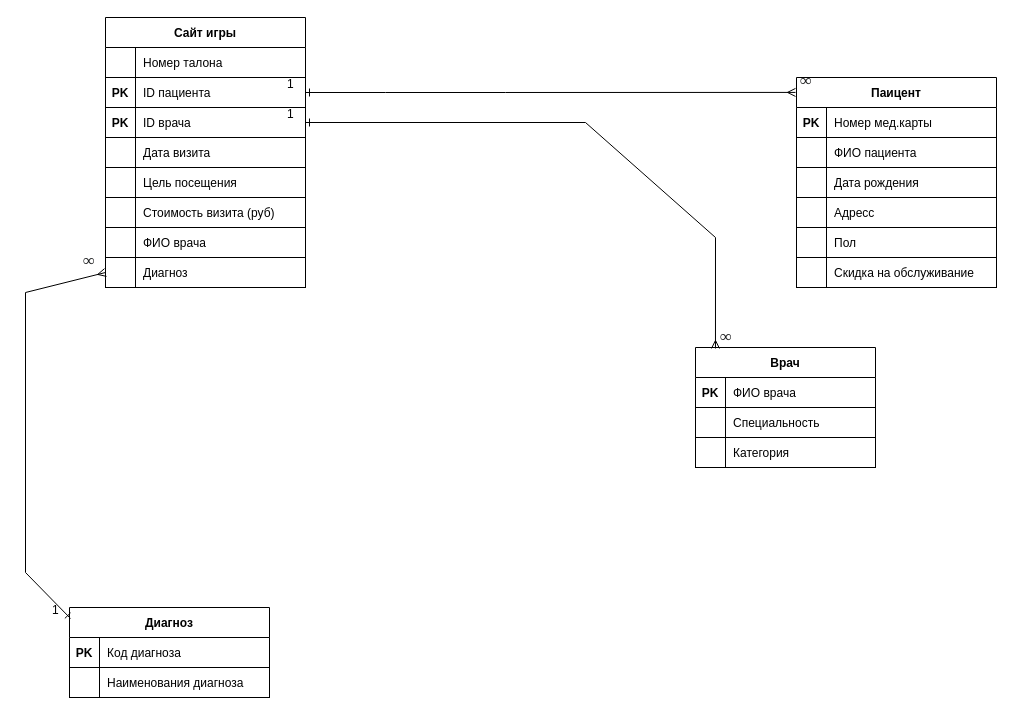
Koloda2/ER-diagrams keeps this draw.io diagram as ER пользовательская.drawio. Above is the earlier version. Source tidied: cells renumbered, new cells numbered last; positions are measured from the earlier drawing's top-left corner, leaving out a move shared by most shapes. Both pictures are drawn from the tidied source at 100%, with x=0, y=0 at pixel (25, 17).
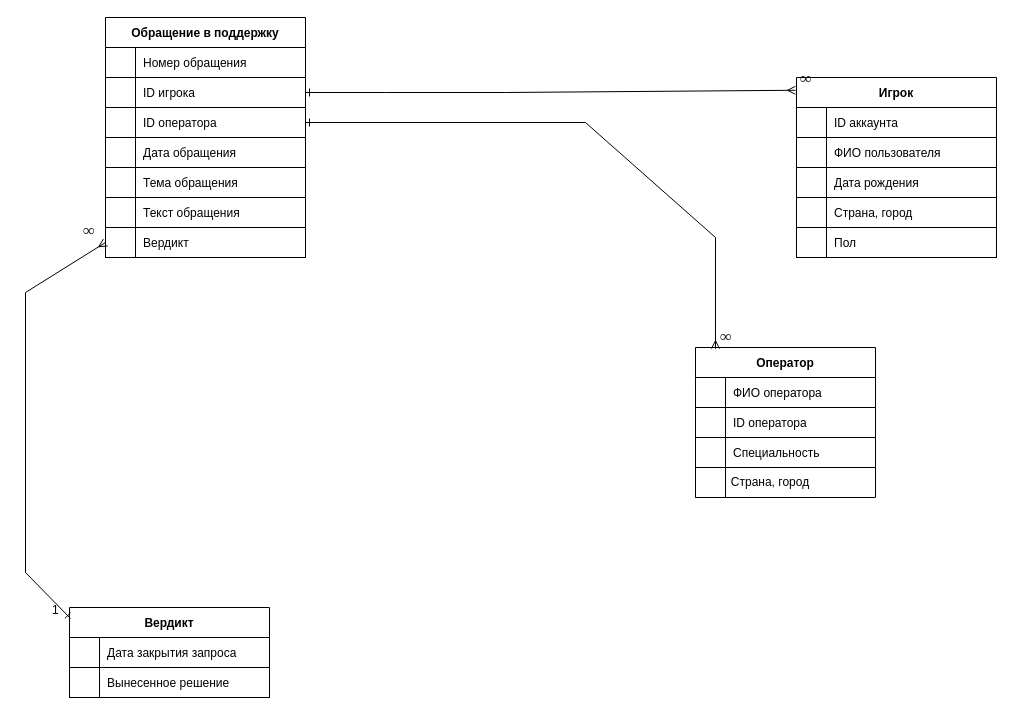
Above is the later version.

The change refers to these unchanged cells:
```xml
<mxCell id="3" style="shape=tableRow;horizontal=0;startSize=0;swimlaneHead=0;swimlaneBody=0;fillColor=none;top=0;left=0;right=0;bottom=1;" parent="2" vertex="1">
  <mxGeometry y="30" width="180" height="30" as="geometry" />
</mxCell>
<mxCell id="6" style="shape=tableRow;horizontal=0;startSize=0;swimlaneHead=0;swimlaneBody=0;fillColor=none;top=0;left=0;right=0;bottom=1;" parent="2" vertex="1">
  <mxGeometry y="60" width="180" height="30" as="geometry" />
</mxCell>
<mxCell id="9" style="shape=tableRow;horizontal=0;startSize=0;swimlaneHead=0;swimlaneBody=0;fillColor=none;top=0;left=0;right=0;bottom=1;" parent="2" vertex="1">
  <mxGeometry y="90" width="180" height="30" as="geometry" />
</mxCell>
<mxCell id="13" style="shape=tableRow;horizontal=0;startSize=0;swimlaneHead=0;swimlaneBody=0;fillColor=none;top=0;left=0;right=0;bottom=1;" parent="12" vertex="1">
  <mxGeometry y="30" width="200" height="30" as="geometry" />
</mxCell>
<mxCell id="16" style="shape=tableRow;horizontal=0;startSize=0;swimlaneHead=0;swimlaneBody=0;fillColor=none;top=0;left=0;right=0;bottom=1;" parent="12" vertex="1">
  <mxGeometry y="60" width="200" height="30" as="geometry" />
</mxCell>
<mxCell id="22" style="shape=tableRow;horizontal=0;startSize=0;swimlaneHead=0;swimlaneBody=0;fillColor=none;top=0;left=0;right=0;bottom=1;" parent="12" vertex="1">
  <mxGeometry y="120" width="200" height="30" as="geometry" />
</mxCell>
<mxCell id="32" style="shape=tableRow;horizontal=0;startSize=0;swimlaneHead=0;swimlaneBody=0;fillColor=none;top=0;left=0;right=0;bottom=1;" parent="31" vertex="1">
  <mxGeometry y="30" width="200" height="30" as="geometry" />
</mxCell>
<mxCell id="35" style="shape=tableRow;horizontal=0;startSize=0;swimlaneHead=0;swimlaneBody=0;fillColor=none;points=[[0,0.5],[1,0.5]];portConstraint=eastwest;top=0;left=0;right=0;bottom=1;" parent="31" vertex="1">
  <mxGeometry y="60" width="200" height="30" as="geometry" />
</mxCell>
<mxCell id="38" style="shape=tableRow;horizontal=0;startSize=0;swimlaneHead=0;swimlaneBody=0;fillColor=none;points=[[0,0.5],[1,0.5]];portConstraint=eastwest;top=0;left=0;right=0;bottom=1;" parent="31" vertex="1">
  <mxGeometry y="90" width="200" height="30" as="geometry" />
</mxCell>
<mxCell id="41" style="shape=tableRow;horizontal=0;startSize=0;swimlaneHead=0;swimlaneBody=0;fillColor=none;top=0;left=0;right=0;bottom=1;" parent="31" vertex="1">
  <mxGeometry y="120" width="200" height="30" as="geometry" />
</mxCell>
<mxCell id="44" style="shape=tableRow;horizontal=0;startSize=0;swimlaneHead=0;swimlaneBody=0;fillColor=none;top=0;left=0;right=0;bottom=1;" parent="31" vertex="1">
  <mxGeometry y="150" width="200" height="30" as="geometry" />
</mxCell>
<mxCell id="47" style="shape=tableRow;horizontal=0;startSize=0;swimlaneHead=0;swimlaneBody=0;fillColor=none;top=0;left=0;right=0;bottom=1;" parent="31" vertex="1">
  <mxGeometry y="180" width="200" height="30" as="geometry" />
</mxCell>
<mxCell id="57" style="shape=tableRow;horizontal=0;startSize=0;swimlaneHead=0;swimlaneBody=0;fillColor=none;top=0;left=0;right=0;bottom=1;" parent="56" vertex="1">
  <mxGeometry y="30" width="200" height="30" as="geometry" />
</mxCell>
<mxCell id="60" style="shape=tableRow;horizontal=0;startSize=0;swimlaneHead=0;swimlaneBody=0;fillColor=none;top=0;left=0;right=0;bottom=1;" parent="56" vertex="1">
  <mxGeometry y="60" width="200" height="30" as="geometry" />
</mxCell>
<mxCell id="63" style="endArrow=ERmany;html=1;rounded=0;startArrow=ERone;startFill=0;endFill=0;exitX=1;exitY=0.5;exitDx=0;exitDy=0;entryX=-0.005;entryY=0.071;entryDx=0;entryDy=0;entryPerimeter=0;" parent="1" edge="1" source="35" target="12">
  <mxGeometry relative="1" as="geometry">
    <Array as="points">
      <mxPoint x="360" y="75" />
      <mxPoint x="480" y="75" />
    </Array>
  </mxGeometry>
</mxCell>
<mxCell id="66" style="endArrow=ERmany;html=1;rounded=0;startArrow=ERone;startFill=0;endFill=0;exitX=1;exitY=0.5;exitDx=0;exitDy=0;entryX=0.111;entryY=0.008;entryDx=0;entryDy=0;entryPerimeter=0;" parent="1" edge="1" source="38" target="2">
  <mxGeometry relative="1" as="geometry">
    <Array as="points">
      <mxPoint x="560" y="105" />
      <mxPoint x="690" y="220" />
    </Array>
  </mxGeometry>
</mxCell>
```

The edit, as a diff of the source:
```diff
@@
-    <mxCell id="2" value="Врач" style="shape=table;startSize=30;childLayout=tableLayout;rowLines=0;fontStyle=1;align=center;" parent="1" vertex="1">
-      <mxGeometry x="670" y="330" width="180" height="120" as="geometry" />
+    <mxCell id="2" value="Оператор" style="shape=table;startSize=30;childLayout=tableLayout;rowLines=0;fontStyle=1;align=center;" parent="1" vertex="1">
+      <mxGeometry x="670" y="330" width="180" height="150" as="geometry" />
     </mxCell>
@@
-    <mxCell id="4" value="PK" style="shape=partialRectangle;fillColor=none;top=0;left=0;bottom=0;right=0;fontStyle=1;overflow=hidden;" parent="3" vertex="1">
+    <mxCell id="4" style="shape=partialRectangle;fillColor=none;top=0;left=0;bottom=0;right=0;fontStyle=1;overflow=hidden;" parent="3" vertex="1">
       <mxGeometry width="30" height="30" as="geometry" />
     </mxCell>
-    <mxCell id="5" value="ФИО врача" style="shape=partialRectangle;fillColor=none;top=0;left=0;bottom=0;right=0;align=left;spacingLeft=6;fontStyle=0;overflow=hidden;" parent="3" vertex="1">
+    <mxCell id="5" value="ФИО оператора" style="shape=partialRectangle;fillColor=none;top=0;left=0;bottom=0;right=0;align=left;spacingLeft=6;fontStyle=0;overflow=hidden;" parent="3" vertex="1">
       <mxGeometry x="30" width="150" height="30" as="geometry" />
     </mxCell>
@@
-    <mxCell id="8" value="Специальность" style="shape=partialRectangle;fillColor=none;top=0;left=0;bottom=0;right=0;align=left;spacingLeft=6;fontStyle=0;overflow=hidden;" parent="6" vertex="1">
+    <mxCell id="8" value="ID оператора" style="shape=partialRectangle;fillColor=none;top=0;left=0;bottom=0;right=0;align=left;spacingLeft=6;fontStyle=0;overflow=hidden;" parent="6" vertex="1">
       <mxGeometry x="30" width="150" height="30" as="geometry" />
     </mxCell>
@@
-    <mxCell id="11" value="Категория" style="shape=partialRectangle;fillColor=none;top=0;left=0;bottom=0;right=0;align=left;spacingLeft=6;fontStyle=0;overflow=hidden;" parent="9" vertex="1">
+    <mxCell id="11" value="Специальность" style="shape=partialRectangle;fillColor=none;top=0;left=0;bottom=0;right=0;align=left;spacingLeft=6;fontStyle=0;overflow=hidden;" parent="9" vertex="1">
       <mxGeometry x="30" width="150" height="30" as="geometry" />
     </mxCell>
-    <mxCell id="12" value="Паицент" style="shape=table;startSize=30;childLayout=tableLayout;rowLines=0;fontStyle=1;align=center;" parent="1" vertex="1">
-      <mxGeometry x="771" y="60" width="200" height="210" as="geometry" />
+    <mxCell id="12" value="Игрок" style="shape=table;startSize=30;childLayout=tableLayout;rowLines=0;fontStyle=1;align=center;" parent="1" vertex="1">
+      <mxGeometry x="771" y="60" width="200" height="180" as="geometry" />
     </mxCell>
@@
-    <mxCell id="14" value="PK" style="shape=partialRectangle;fillColor=none;top=0;left=0;bottom=0;right=0;fontStyle=1;overflow=hidden;" parent="13" vertex="1">
+    <mxCell id="14" style="shape=partialRectangle;fillColor=none;top=0;left=0;bottom=0;right=0;fontStyle=1;overflow=hidden;" parent="13" vertex="1">
       <mxGeometry width="30" height="30" as="geometry" />
     </mxCell>
-    <mxCell id="15" value="Номер мед.карты" style="shape=partialRectangle;fillColor=none;top=0;left=0;bottom=0;right=0;align=left;spacingLeft=6;fontStyle=0;overflow=hidden;" parent="13" vertex="1">
+    <mxCell id="15" value="ID аккаунта" style="shape=partialRectangle;fillColor=none;top=0;left=0;bottom=0;right=0;align=left;spacingLeft=6;fontStyle=0;overflow=hidden;" parent="13" vertex="1">
       <mxGeometry x="30" width="170" height="30" as="geometry" />
     </mxCell>
@@
-    <mxCell id="18" value="ФИО пациента" style="shape=partialRectangle;fillColor=none;top=0;left=0;bottom=0;right=0;align=left;spacingLeft=6;fontStyle=0;overflow=hidden;" parent="16" vertex="1">
+    <mxCell id="18" value="ФИО пользователя" style="shape=partialRectangle;fillColor=none;top=0;left=0;bottom=0;right=0;align=left;spacingLeft=6;fontStyle=0;overflow=hidden;" parent="16" vertex="1">
       <mxGeometry x="30" width="170" height="30" as="geometry" />
     </mxCell>
@@
-    <mxCell id="24" value="Адресс" style="shape=partialRectangle;fillColor=none;top=0;left=0;bottom=0;right=0;align=left;spacingLeft=6;fontStyle=0;overflow=hidden;" parent="22" vertex="1">
+    <mxCell id="24" value="Страна, город" style="shape=partialRectangle;fillColor=none;top=0;left=0;bottom=0;right=0;align=left;spacingLeft=6;fontStyle=0;overflow=hidden;" parent="22" vertex="1">
       <mxGeometry x="30" width="170" height="30" as="geometry" />
     </mxCell>
@@
-    <mxCell id="28" style="shape=tableRow;horizontal=0;startSize=0;swimlaneHead=0;swimlaneBody=0;fillColor=none;top=0;left=0;right=0;bottom=1;" parent="12" vertex="1">
-      <mxGeometry y="180" width="200" height="30" as="geometry" />
-    </mxCell>
-    <mxCell id="29" style="shape=partialRectangle;fillColor=none;top=0;left=0;bottom=0;right=0;fontStyle=1;overflow=hidden;" parent="28" vertex="1">
-      <mxGeometry width="30" height="30" as="geometry" />
-    </mxCell>
-    <mxCell id="30" value="Скидка на обслуживание" style="shape=partialRectangle;fillColor=none;top=0;left=0;bottom=0;right=0;align=left;spacingLeft=6;fontStyle=0;overflow=hidden;" parent="28" vertex="1">
-      <mxGeometry x="30" width="170" height="30" as="geometry" />
-    </mxCell>
-    <mxCell id="31" value="Сайт игры" style="shape=table;startSize=30;childLayout=tableLayout;rowLines=0;fontStyle=1;align=center;" parent="1" vertex="1">
-      <mxGeometry x="80" width="200" height="270" as="geometry" />
+    <mxCell id="31" value="Обращение в поддержку" style="shape=table;startSize=30;childLayout=tableLayout;rowLines=0;fontStyle=1;align=center;" parent="1" vertex="1">
+      <mxGeometry x="80" width="200" height="240" as="geometry" />
     </mxCell>
@@
-    <mxCell id="34" value="Номер талона" style="shape=partialRectangle;fillColor=none;top=0;left=0;bottom=0;right=0;align=left;spacingLeft=6;fontStyle=0;overflow=hidden;" parent="32" vertex="1">
+    <mxCell id="34" value="Номер обращения" style="shape=partialRectangle;fillColor=none;top=0;left=0;bottom=0;right=0;align=left;spacingLeft=6;fontStyle=0;overflow=hidden;" parent="32" vertex="1">
       <mxGeometry x="30" width="170" height="30" as="geometry" />
     </mxCell>
@@
-    <mxCell id="36" value="PK" style="shape=partialRectangle;fillColor=none;top=0;left=0;bottom=0;right=0;fontStyle=1;overflow=hidden;" parent="35" vertex="1">
+    <mxCell id="36" style="shape=partialRectangle;fillColor=none;top=0;left=0;bottom=0;right=0;fontStyle=1;overflow=hidden;" parent="35" vertex="1">
       <mxGeometry width="30" height="30" as="geometry" />
     </mxCell>
-    <mxCell id="37" value="ID пациента" style="shape=partialRectangle;fillColor=none;top=0;left=0;bottom=0;right=0;align=left;spacingLeft=6;fontStyle=0;overflow=hidden;" parent="35" vertex="1">
+    <mxCell id="37" value="ID игрока" style="shape=partialRectangle;fillColor=none;top=0;left=0;bottom=0;right=0;align=left;spacingLeft=6;fontStyle=0;overflow=hidden;" parent="35" vertex="1">
       <mxGeometry x="30" width="170" height="30" as="geometry" />
     </mxCell>
@@
-    <mxCell id="39" value="PK" style="shape=partialRectangle;fillColor=none;top=0;left=0;bottom=0;right=0;fontStyle=1;overflow=hidden;" parent="38" vertex="1">
+    <mxCell id="39" style="shape=partialRectangle;fillColor=none;top=0;left=0;bottom=0;right=0;fontStyle=1;overflow=hidden;" parent="38" vertex="1">
       <mxGeometry width="30" height="30" as="geometry" />
     </mxCell>
-    <mxCell id="40" value="ID врача" style="shape=partialRectangle;fillColor=none;top=0;left=0;bottom=0;right=0;align=left;spacingLeft=6;fontStyle=0;overflow=hidden;" parent="38" vertex="1">
+    <mxCell id="40" value="ID оператора" style="shape=partialRectangle;fillColor=none;top=0;left=0;bottom=0;right=0;align=left;spacingLeft=6;fontStyle=0;overflow=hidden;" parent="38" vertex="1">
       <mxGeometry x="30" width="170" height="30" as="geometry" />
     </mxCell>
@@
-    <mxCell id="43" value="Дата визита" style="shape=partialRectangle;fillColor=none;top=0;left=0;bottom=0;right=0;align=left;spacingLeft=6;fontStyle=0;overflow=hidden;" parent="41" vertex="1">
+    <mxCell id="43" value="Дата обращения" style="shape=partialRectangle;fillColor=none;top=0;left=0;bottom=0;right=0;align=left;spacingLeft=6;fontStyle=0;overflow=hidden;" parent="41" vertex="1">
       <mxGeometry x="30" width="170" height="30" as="geometry" />
     </mxCell>
@@
-    <mxCell id="46" value="Цель посещения" style="shape=partialRectangle;fillColor=none;top=0;left=0;bottom=0;right=0;align=left;spacingLeft=6;fontStyle=0;overflow=hidden;" parent="44" vertex="1">
+    <mxCell id="46" value="Тема обращения" style="shape=partialRectangle;fillColor=none;top=0;left=0;bottom=0;right=0;align=left;spacingLeft=6;fontStyle=0;overflow=hidden;" parent="44" vertex="1">
       <mxGeometry x="30" width="170" height="30" as="geometry" />
     </mxCell>
@@
-    <mxCell id="49" value="Стоимость визита (руб)" style="shape=partialRectangle;fillColor=none;top=0;left=0;bottom=0;right=0;align=left;spacingLeft=6;fontStyle=0;overflow=hidden;" parent="47" vertex="1">
+    <mxCell id="49" value="Текст обращения" style="shape=partialRectangle;fillColor=none;top=0;left=0;bottom=0;right=0;align=left;spacingLeft=6;fontStyle=0;overflow=hidden;" parent="47" vertex="1">
       <mxGeometry x="30" width="170" height="30" as="geometry" />
     </mxCell>
-    <mxCell id="50" style="shape=tableRow;horizontal=0;startSize=0;swimlaneHead=0;swimlaneBody=0;fillColor=none;top=0;left=0;right=0;bottom=1;" parent="31" vertex="1">
-      <mxGeometry y="210" width="200" height="30" as="geometry" />
-    </mxCell>
-    <mxCell id="51" style="shape=partialRectangle;fillColor=none;top=0;left=0;bottom=0;right=0;fontStyle=1;overflow=hidden;" parent="50" vertex="1">
-      <mxGeometry width="30" height="30" as="geometry" />
-    </mxCell>
-    <mxCell id="52" value="ФИО врача" style="shape=partialRectangle;fillColor=none;top=0;left=0;bottom=0;right=0;align=left;spacingLeft=6;fontStyle=0;overflow=hidden;" parent="50" vertex="1">
-      <mxGeometry x="30" width="170" height="30" as="geometry" />
-    </mxCell>
     <mxCell id="53" style="shape=tableRow;horizontal=0;startSize=0;swimlaneHead=0;swimlaneBody=0;fillColor=none;points=[[0,0.5],[1,0.5]];portConstraint=eastwest;top=0;left=0;right=0;bottom=1;" parent="31" vertex="1">
-      <mxGeometry y="240" width="200" height="30" as="geometry" />
+      <mxGeometry y="210" width="200" height="30" as="geometry" />
     </mxCell>
@@
-    <mxCell id="55" value="Диагноз" style="shape=partialRectangle;fillColor=none;top=0;left=0;bottom=0;right=0;align=left;spacingLeft=6;fontStyle=0;overflow=hidden;" parent="53" vertex="1">
+    <mxCell id="55" value="Вердикт" style="shape=partialRectangle;fillColor=none;top=0;left=0;bottom=0;right=0;align=left;spacingLeft=6;fontStyle=0;overflow=hidden;" parent="53" vertex="1">
       <mxGeometry x="30" width="170" height="30" as="geometry" />
     </mxCell>
-    <mxCell id="56" value="Диагноз" style="shape=table;startSize=30;childLayout=tableLayout;rowLines=0;fontStyle=1;align=center;" parent="1" vertex="1">
+    <mxCell id="56" value="Вердикт" style="shape=table;startSize=30;childLayout=tableLayout;rowLines=0;fontStyle=1;align=center;" parent="1" vertex="1">
       <mxGeometry x="44" y="590" width="200" height="90" as="geometry" />
     </mxCell>
@@
-    <mxCell id="58" value="PK" style="shape=partialRectangle;fillColor=none;top=0;left=0;bottom=0;right=0;fontStyle=1;overflow=hidden;" parent="57" vertex="1">
+    <mxCell id="58" style="shape=partialRectangle;fillColor=none;top=0;left=0;bottom=0;right=0;fontStyle=1;overflow=hidden;" parent="57" vertex="1">
       <mxGeometry width="30" height="30" as="geometry" />
     </mxCell>
-    <mxCell id="59" value="Код диагноза" style="shape=partialRectangle;fillColor=none;top=0;left=0;bottom=0;right=0;align=left;spacingLeft=6;fontStyle=0;overflow=hidden;" parent="57" vertex="1">
+    <mxCell id="59" value="Дата закрытия запроса" style="shape=partialRectangle;fillColor=none;top=0;left=0;bottom=0;right=0;align=left;spacingLeft=6;fontStyle=0;overflow=hidden;" parent="57" vertex="1">
       <mxGeometry x="30" width="170" height="30" as="geometry" />
     </mxCell>
@@
-    <mxCell id="62" value="Наименования диагноза" style="shape=partialRectangle;fillColor=none;top=0;left=0;bottom=0;right=0;align=left;spacingLeft=6;fontStyle=0;overflow=hidden;" parent="60" vertex="1">
+    <mxCell id="62" value="Вынесенное решение" style="shape=partialRectangle;fillColor=none;top=0;left=0;bottom=0;right=0;align=left;spacingLeft=6;fontStyle=0;overflow=hidden;" parent="60" vertex="1">
       <mxGeometry x="30" width="170" height="30" as="geometry" />
     </mxCell>
@@
-    <mxCell id="64" value="1" style="html=1;align=left;verticalAlign=bottom;" parent="63" vertex="1">
-      <mxGeometry x="-1" relative="1" as="geometry">
-        <mxPoint x="-20" as="offset" />
-      </mxGeometry>
-    </mxCell>
@@
-    <mxCell id="67" value="1" style="html=1;align=left;verticalAlign=bottom;" parent="66" vertex="1">
-      <mxGeometry x="-1" relative="1" as="geometry">
-        <mxPoint x="-20" as="offset" />
-      </mxGeometry>
-    </mxCell>
@@
+    <mxCell id="72" style="shape=partialRectangle;top=1;left=1;bottom=1;right=1;fontStyle=1;overflow=hidden;perimeterSpacing=1;" parent="1" vertex="1">
+      <mxGeometry x="670" y="450" width="30" height="30" as="geometry" />
+    </mxCell>
+    <mxCell id="73" value="&lt;div style=&quot;text-align: left;&quot;&gt;&lt;span style=&quot;background-color: initial;&quot;&gt;Страна, город&lt;/span&gt;&lt;/div&gt;" style="text;html=1;strokeColor=none;fillColor=none;align=center;verticalAlign=middle;whiteSpace=wrap;rounded=0;" parent="1" vertex="1">
+      <mxGeometry x="700" y="450" width="90" height="30" as="geometry" />
+    </mxCell>
```
